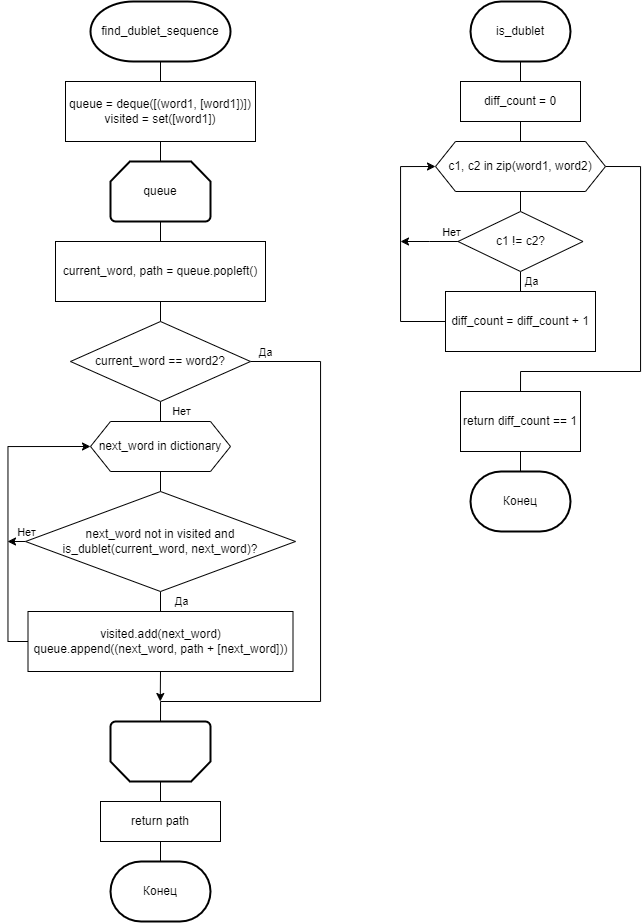
Earlier version of the draw.io export Lab 2/3.1/Дублеты, функции.drawio.png (EdgeFirewalk/Software-Design-and-Testing-Labs). Source tidied: cells renumbered, new cells last; positions are measured from the earlier drawing's top-left corner, leaving out a move shared by most shapes. The source it was exported from:
```xml
<mxGraphModel>
  <root>
    <mxCell id="0" />
    <mxCell id="1" parent="0" />
    <mxCell id="2" style="edgeStyle=orthogonalEdgeStyle;rounded=0;jettySize=auto;html=1;exitX=0.5;exitY=1;exitDx=0;exitDy=0;exitPerimeter=0;entryX=0.5;entryY=0;entryDx=0;entryDy=0;endArrow=none;endFill=0;" parent="1" edge="1" source="3" target="4">
      <mxGeometry relative="1" as="geometry" />
    </mxCell>
    <mxCell id="3" value="find_dublet_sequence" style="strokeWidth=2;html=1;shape=mxgraph.flowchart.terminator;whiteSpace=wrap;" parent="1" vertex="1">
      <mxGeometry x="83" width="140" height="60" as="geometry" />
    </mxCell>
    <mxCell id="4" value="queue = deque([(word1, [word1])])&lt;br&gt;visited = set([word1])" style="rounded=0;whiteSpace=wrap;html=1;" parent="1" vertex="1">
      <mxGeometry x="58" y="80" width="190" height="60" as="geometry" />
    </mxCell>
    <mxCell id="5" style="edgeStyle=orthogonalEdgeStyle;rounded=0;jettySize=auto;html=1;exitX=0.5;exitY=1;exitDx=0;exitDy=0;exitPerimeter=0;entryX=0.5;entryY=0;entryDx=0;entryDy=0;endArrow=none;endFill=0;" parent="1" edge="1" source="6" target="8">
      <mxGeometry relative="1" as="geometry" />
    </mxCell>
    <mxCell id="6" value="queue" style="strokeWidth=2;html=1;shape=mxgraph.flowchart.loop_limit;whiteSpace=wrap;" parent="1" vertex="1">
      <mxGeometry x="103" y="160" width="100" height="60" as="geometry" />
    </mxCell>
    <mxCell id="7" style="edgeStyle=orthogonalEdgeStyle;rounded=0;jettySize=auto;html=1;exitX=0.5;exitY=1;exitDx=0;exitDy=0;entryX=0.5;entryY=0;entryDx=0;entryDy=0;endArrow=none;endFill=0;" parent="1" edge="1" source="8" target="13">
      <mxGeometry relative="1" as="geometry" />
    </mxCell>
    <mxCell id="8" value="current_word, path = queue.popleft()" style="rounded=0;whiteSpace=wrap;html=1;" parent="1" vertex="1">
      <mxGeometry x="48" y="240" width="210" height="60" as="geometry" />
    </mxCell>
    <mxCell id="9" style="edgeStyle=orthogonalEdgeStyle;rounded=0;jettySize=auto;html=1;exitX=0.5;exitY=1;exitDx=0;exitDy=0;entryX=0.5;entryY=0;entryDx=0;entryDy=0;endArrow=none;endFill=0;" parent="1" edge="1" source="13" target="16">
      <mxGeometry relative="1" as="geometry" />
    </mxCell>
    <mxCell id="10" value="Нет" style="edgeLabel;html=1;align=center;verticalAlign=middle;" parent="9" vertex="1">
      <mxGeometry x="-0.08" relative="1" as="geometry">
        <mxPoint x="20" as="offset" />
      </mxGeometry>
    </mxCell>
    <mxCell id="11" style="edgeStyle=orthogonalEdgeStyle;rounded=0;jettySize=auto;html=1;exitX=1;exitY=0.5;exitDx=0;exitDy=0;endArrow=none;endFill=0;" parent="1" edge="1" source="13">
      <mxGeometry relative="1" as="geometry">
        <mxPoint x="153" y="720" as="targetPoint" />
        <Array as="points">
          <mxPoint x="313" y="360" />
          <mxPoint x="313" y="700" />
        </Array>
      </mxGeometry>
    </mxCell>
    <mxCell id="12" value="Да" style="edgeLabel;html=1;align=center;verticalAlign=middle;" parent="11" vertex="1">
      <mxGeometry x="-0.94" y="-1" relative="1" as="geometry">
        <mxPoint x="-3" y="-11" as="offset" />
      </mxGeometry>
    </mxCell>
    <mxCell id="13" value="current_word == word2?" style="rhombus;whiteSpace=wrap;html=1;" parent="1" vertex="1">
      <mxGeometry x="63" y="320" width="180" height="80" as="geometry" />
    </mxCell>
    <mxCell id="14" style="edgeStyle=orthogonalEdgeStyle;rounded=0;jettySize=auto;html=1;exitX=0.5;exitY=1;exitDx=0;exitDy=0;entryX=0.5;entryY=0;entryDx=0;entryDy=0;entryPerimeter=0;endArrow=none;endFill=0;" parent="1" edge="1" source="4" target="6">
      <mxGeometry relative="1" as="geometry" />
    </mxCell>
    <mxCell id="15" style="edgeStyle=orthogonalEdgeStyle;rounded=0;jettySize=auto;html=1;exitX=0.5;exitY=1;exitDx=0;exitDy=0;entryX=0.5;entryY=0;entryDx=0;entryDy=0;endArrow=none;endFill=0;" parent="1" edge="1" source="16" target="21">
      <mxGeometry relative="1" as="geometry" />
    </mxCell>
    <mxCell id="16" value="next_word in dictionary" style="shape=hexagon;perimeter=hexagonPerimeter2;whiteSpace=wrap;html=1;fixedSize=1;" parent="1" vertex="1">
      <mxGeometry x="83" y="420" width="140" height="50" as="geometry" />
    </mxCell>
    <mxCell id="17" style="edgeStyle=orthogonalEdgeStyle;rounded=0;jettySize=auto;html=1;exitX=0.5;exitY=1;exitDx=0;exitDy=0;entryX=0.5;entryY=0;entryDx=0;entryDy=0;endArrow=none;endFill=0;" parent="1" edge="1" source="21" target="24">
      <mxGeometry relative="1" as="geometry" />
    </mxCell>
    <mxCell id="18" value="Да" style="edgeLabel;html=1;align=center;verticalAlign=middle;" parent="17" vertex="1">
      <mxGeometry x="-0.04" y="1" relative="1" as="geometry">
        <mxPoint x="19" as="offset" />
      </mxGeometry>
    </mxCell>
    <mxCell id="19" style="edgeStyle=orthogonalEdgeStyle;rounded=0;jettySize=auto;html=1;exitX=0;exitY=0.5;exitDx=0;exitDy=0;" parent="1" edge="1" source="21">
      <mxGeometry relative="1" as="geometry">
        <mxPoint y="540" as="targetPoint" />
      </mxGeometry>
    </mxCell>
    <mxCell id="20" value="Нет" style="edgeLabel;html=1;align=center;verticalAlign=middle;" parent="19" vertex="1">
      <mxGeometry x="-0.06" y="1" relative="1" as="geometry">
        <mxPoint x="9" y="-11" as="offset" />
      </mxGeometry>
    </mxCell>
    <mxCell id="21" value="next_word not in visited and is_dublet(current_word, next_word)?" style="rhombus;whiteSpace=wrap;html=1;" parent="1" vertex="1">
      <mxGeometry x="18" y="490" width="270" height="100" as="geometry" />
    </mxCell>
    <mxCell id="22" style="edgeStyle=orthogonalEdgeStyle;rounded=0;jettySize=auto;html=1;exitX=0;exitY=0.5;exitDx=0;exitDy=0;entryX=0;entryY=0.5;entryDx=0;entryDy=0;" parent="1" edge="1" source="24" target="16">
      <mxGeometry relative="1" as="geometry" />
    </mxCell>
    <mxCell id="23" style="edgeStyle=orthogonalEdgeStyle;rounded=0;jettySize=auto;html=1;exitX=0.5;exitY=1;exitDx=0;exitDy=0;" parent="1" edge="1" source="24">
      <mxGeometry relative="1" as="geometry">
        <mxPoint x="152.8" y="700" as="targetPoint" />
      </mxGeometry>
    </mxCell>
    <mxCell id="24" value="visited.add(next_word)&lt;br&gt;queue.append((next_word, path + [next_word]))" style="rounded=0;whiteSpace=wrap;html=1;" parent="1" vertex="1">
      <mxGeometry x="20.5" y="610" width="265" height="60" as="geometry" />
    </mxCell>
    <mxCell id="25" style="edgeStyle=orthogonalEdgeStyle;rounded=0;jettySize=auto;html=1;exitX=0.5;exitY=0;exitDx=0;exitDy=0;exitPerimeter=0;entryX=0.5;entryY=0;entryDx=0;entryDy=0;endArrow=none;endFill=0;" parent="1" edge="1" source="26" target="27">
      <mxGeometry relative="1" as="geometry" />
    </mxCell>
    <mxCell id="26" style="strokeWidth=2;html=1;shape=mxgraph.flowchart.loop_limit;whiteSpace=wrap;direction=west;" parent="1" vertex="1">
      <mxGeometry x="103" y="720" width="100" height="60" as="geometry" />
    </mxCell>
    <mxCell id="27" value="return path" style="rounded=0;whiteSpace=wrap;html=1;" parent="1" vertex="1">
      <mxGeometry x="93" y="800" width="120" height="40" as="geometry" />
    </mxCell>
    <mxCell id="28" value="Конец" style="strokeWidth=2;html=1;shape=mxgraph.flowchart.terminator;whiteSpace=wrap;" parent="1" vertex="1">
      <mxGeometry x="103" y="860" width="100" height="60" as="geometry" />
    </mxCell>
    <mxCell id="29" style="edgeStyle=orthogonalEdgeStyle;rounded=0;jettySize=auto;html=1;exitX=0.5;exitY=1;exitDx=0;exitDy=0;entryX=0.5;entryY=0;entryDx=0;entryDy=0;entryPerimeter=0;endArrow=none;endFill=0;" parent="1" edge="1" source="27" target="28">
      <mxGeometry relative="1" as="geometry" />
    </mxCell>
    <mxCell id="30" style="edgeStyle=orthogonalEdgeStyle;rounded=0;jettySize=auto;html=1;exitX=0.5;exitY=1;exitDx=0;exitDy=0;exitPerimeter=0;entryX=0.5;entryY=0;entryDx=0;entryDy=0;endArrow=none;endFill=0;" parent="1" edge="1" source="31" target="33">
      <mxGeometry relative="1" as="geometry" />
    </mxCell>
    <mxCell id="31" value="is_dublet" style="strokeWidth=2;html=1;shape=mxgraph.flowchart.terminator;whiteSpace=wrap;" parent="1" vertex="1">
      <mxGeometry x="463" width="100" height="60" as="geometry" />
    </mxCell>
    <mxCell id="32" style="edgeStyle=orthogonalEdgeStyle;rounded=0;jettySize=auto;html=1;exitX=0.5;exitY=1;exitDx=0;exitDy=0;entryX=0.5;entryY=0;entryDx=0;entryDy=0;endArrow=none;endFill=0;" parent="1" edge="1" source="33" target="36">
      <mxGeometry relative="1" as="geometry" />
    </mxCell>
    <mxCell id="33" value="diff_count = 0" style="rounded=0;whiteSpace=wrap;html=1;" parent="1" vertex="1">
      <mxGeometry x="453" y="80" width="120" height="40" as="geometry" />
    </mxCell>
    <mxCell id="34" style="edgeStyle=orthogonalEdgeStyle;rounded=0;jettySize=auto;html=1;exitX=0.5;exitY=1;exitDx=0;exitDy=0;entryX=0.5;entryY=0;entryDx=0;entryDy=0;endArrow=none;endFill=0;" parent="1" edge="1" source="36" target="41">
      <mxGeometry relative="1" as="geometry" />
    </mxCell>
    <mxCell id="35" style="edgeStyle=orthogonalEdgeStyle;rounded=0;jettySize=auto;html=1;exitX=1;exitY=0.5;exitDx=0;exitDy=0;entryX=0.5;entryY=0;entryDx=0;entryDy=0;endArrow=none;endFill=0;" parent="1" edge="1" source="36" target="45">
      <mxGeometry relative="1" as="geometry">
        <Array as="points">
          <mxPoint x="633" y="165" />
          <mxPoint x="633" y="370" />
          <mxPoint x="513" y="370" />
        </Array>
      </mxGeometry>
    </mxCell>
    <mxCell id="36" value="c1, c2 in zip(word1, word2)" style="shape=hexagon;perimeter=hexagonPerimeter2;whiteSpace=wrap;html=1;fixedSize=1;" parent="1" vertex="1">
      <mxGeometry x="428" y="140" width="170" height="50" as="geometry" />
    </mxCell>
    <mxCell id="37" style="edgeStyle=orthogonalEdgeStyle;rounded=0;jettySize=auto;html=1;exitX=0.5;exitY=1;exitDx=0;exitDy=0;entryX=0.5;entryY=0;entryDx=0;entryDy=0;endArrow=none;endFill=0;" parent="1" edge="1" source="41" target="44">
      <mxGeometry relative="1" as="geometry" />
    </mxCell>
    <mxCell id="38" value="Да" style="edgeLabel;html=1;align=center;verticalAlign=middle;" parent="37" vertex="1">
      <mxGeometry x="-0.04" relative="1" as="geometry">
        <mxPoint x="10" as="offset" />
      </mxGeometry>
    </mxCell>
    <mxCell id="39" style="edgeStyle=orthogonalEdgeStyle;rounded=0;jettySize=auto;html=1;exitX=0;exitY=0.5;exitDx=0;exitDy=0;" parent="1" edge="1" source="41">
      <mxGeometry relative="1" as="geometry">
        <mxPoint x="393" y="240" as="targetPoint" />
      </mxGeometry>
    </mxCell>
    <mxCell id="40" value="Нет" style="edgeLabel;html=1;align=center;verticalAlign=middle;" parent="39" vertex="1">
      <mxGeometry x="-0.74" y="-1" relative="1" as="geometry">
        <mxPoint y="-9" as="offset" />
      </mxGeometry>
    </mxCell>
    <mxCell id="41" value="c1 != c2?" style="rhombus;whiteSpace=wrap;html=1;" parent="1" vertex="1">
      <mxGeometry x="450.5" y="210" width="125" height="60" as="geometry" />
    </mxCell>
    <mxCell id="42" style="edgeStyle=orthogonalEdgeStyle;rounded=0;orthogonalLoop=1;jettySize=auto;html=1;exitX=0.5;exitY=1;exitDx=0;exitDy=0;" parent="1" edge="1" source="41" target="41">
      <mxGeometry relative="1" as="geometry" />
    </mxCell>
    <mxCell id="43" style="edgeStyle=orthogonalEdgeStyle;rounded=0;jettySize=auto;html=1;exitX=0;exitY=0.5;exitDx=0;exitDy=0;entryX=0;entryY=0.5;entryDx=0;entryDy=0;" parent="1" edge="1" source="44" target="36">
      <mxGeometry relative="1" as="geometry">
        <Array as="points">
          <mxPoint x="393" y="320" />
          <mxPoint x="393" y="165" />
        </Array>
      </mxGeometry>
    </mxCell>
    <mxCell id="44" value="diff_count = diff_count + 1" style="rounded=0;whiteSpace=wrap;html=1;" parent="1" vertex="1">
      <mxGeometry x="438" y="290" width="150" height="60" as="geometry" />
    </mxCell>
    <mxCell id="45" value="return diff_count == 1" style="rounded=0;whiteSpace=wrap;html=1;" parent="1" vertex="1">
      <mxGeometry x="453" y="390" width="120" height="60" as="geometry" />
    </mxCell>
    <mxCell id="46" value="Конец" style="strokeWidth=2;html=1;shape=mxgraph.flowchart.terminator;whiteSpace=wrap;" parent="1" vertex="1">
      <mxGeometry x="463" y="470" width="100" height="60" as="geometry" />
    </mxCell>
    <mxCell id="47" style="edgeStyle=orthogonalEdgeStyle;rounded=0;jettySize=auto;html=1;exitX=0.5;exitY=1;exitDx=0;exitDy=0;entryX=0.5;entryY=0;entryDx=0;entryDy=0;entryPerimeter=0;endArrow=none;endFill=0;" parent="1" edge="1" source="45" target="46">
      <mxGeometry relative="1" as="geometry" />
    </mxCell>
  </root>
</mxGraphModel>
```
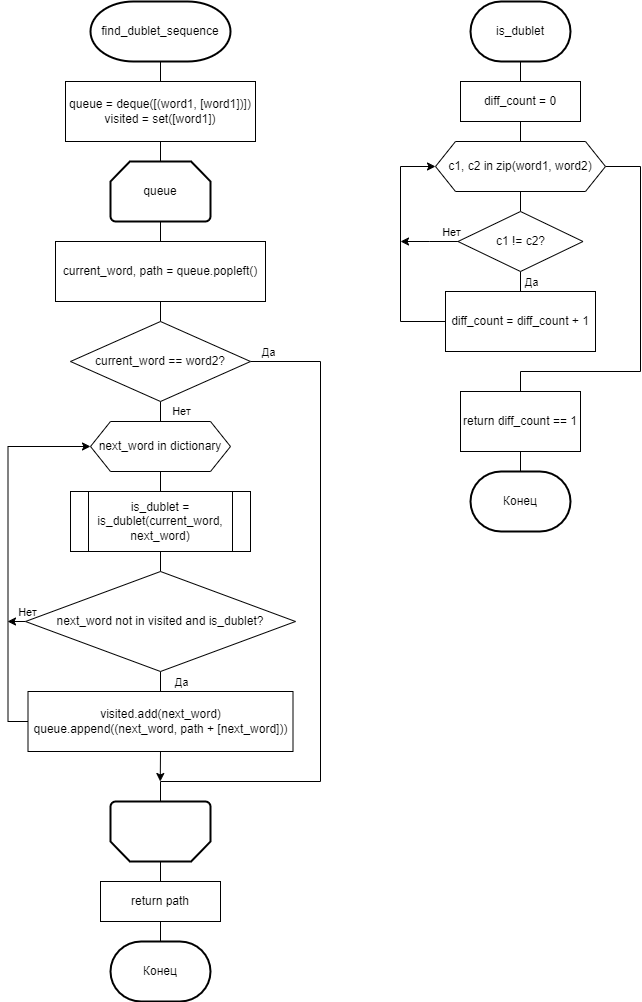
Later version of the same file.

The edit, as a diff of the source:
```diff
@@ -31,12 +31,12 @@
         <mxPoint x="20" as="offset" />
       </mxGeometry>
     </mxCell>
-    <mxCell id="11" style="edgeStyle=orthogonalEdgeStyle;rounded=0;jettySize=auto;html=1;exitX=1;exitY=0.5;exitDx=0;exitDy=0;endArrow=none;endFill=0;" parent="1" edge="1" source="13">
+    <mxCell id="11" style="edgeStyle=orthogonalEdgeStyle;rounded=0;jettySize=auto;html=1;exitX=1;exitY=0.5;exitDx=0;exitDy=0;endArrow=none;endFill=0;entryX=0.5;entryY=1;entryDx=0;entryDy=0;entryPerimeter=0;" parent="1" edge="1" source="13" target="26">
       <mxGeometry relative="1" as="geometry">
-        <mxPoint x="153" y="720" as="targetPoint" />
         <Array as="points">
           <mxPoint x="313" y="360" />
-          <mxPoint x="313" y="700" />
+          <mxPoint x="313" y="780" />
+          <mxPoint x="153" y="780" />
         </Array>
       </mxGeometry>
     </mxCell>
@@ -51,7 +51,7 @@
     <mxCell id="14" style="edgeStyle=orthogonalEdgeStyle;rounded=0;jettySize=auto;html=1;exitX=0.5;exitY=1;exitDx=0;exitDy=0;entryX=0.5;entryY=0;entryDx=0;entryDy=0;entryPerimeter=0;endArrow=none;endFill=0;" parent="1" edge="1" source="4" target="6">
       <mxGeometry relative="1" as="geometry" />
     </mxCell>
-    <mxCell id="15" style="edgeStyle=orthogonalEdgeStyle;rounded=0;jettySize=auto;html=1;exitX=0.5;exitY=1;exitDx=0;exitDy=0;entryX=0.5;entryY=0;entryDx=0;entryDy=0;endArrow=none;endFill=0;" parent="1" edge="1" source="16" target="21">
+    <mxCell id="15" style="edgeStyle=orthogonalEdgeStyle;rounded=0;jettySize=auto;html=1;exitX=0.5;exitY=1;exitDx=0;exitDy=0;entryX=0.5;entryY=0;entryDx=0;entryDy=0;endArrow=none;endFill=0;" parent="1" edge="1" source="49" target="21">
       <mxGeometry relative="1" as="geometry" />
     </mxCell>
     <mxCell id="16" value="next_word in dictionary" style="shape=hexagon;perimeter=hexagonPerimeter2;whiteSpace=wrap;html=1;fixedSize=1;" parent="1" vertex="1">
@@ -67,7 +67,7 @@
     </mxCell>
     <mxCell id="19" style="edgeStyle=orthogonalEdgeStyle;rounded=0;jettySize=auto;html=1;exitX=0;exitY=0.5;exitDx=0;exitDy=0;" parent="1" edge="1" source="21">
       <mxGeometry relative="1" as="geometry">
-        <mxPoint y="540" as="targetPoint" />
+        <mxPoint y="620" as="targetPoint" />
       </mxGeometry>
     </mxCell>
     <mxCell id="20" value="Нет" style="edgeLabel;html=1;align=center;verticalAlign=middle;" parent="19" vertex="1">
@@ -75,31 +75,31 @@
         <mxPoint x="9" y="-11" as="offset" />
       </mxGeometry>
     </mxCell>
-    <mxCell id="21" value="next_word not in visited and is_dublet(current_word, next_word)?" style="rhombus;whiteSpace=wrap;html=1;" parent="1" vertex="1">
-      <mxGeometry x="18" y="490" width="270" height="100" as="geometry" />
+    <mxCell id="21" value="next_word not in visited and is_dublet?" style="rhombus;whiteSpace=wrap;html=1;" parent="1" vertex="1">
+      <mxGeometry x="18" y="570" width="270" height="100" as="geometry" />
     </mxCell>
     <mxCell id="22" style="edgeStyle=orthogonalEdgeStyle;rounded=0;jettySize=auto;html=1;exitX=0;exitY=0.5;exitDx=0;exitDy=0;entryX=0;entryY=0.5;entryDx=0;entryDy=0;" parent="1" edge="1" source="24" target="16">
       <mxGeometry relative="1" as="geometry" />
     </mxCell>
     <mxCell id="23" style="edgeStyle=orthogonalEdgeStyle;rounded=0;jettySize=auto;html=1;exitX=0.5;exitY=1;exitDx=0;exitDy=0;" parent="1" edge="1" source="24">
       <mxGeometry relative="1" as="geometry">
-        <mxPoint x="152.8" y="700" as="targetPoint" />
+        <mxPoint x="152.8" y="780" as="targetPoint" />
       </mxGeometry>
     </mxCell>
     <mxCell id="24" value="visited.add(next_word)&lt;br&gt;queue.append((next_word, path + [next_word]))" style="rounded=0;whiteSpace=wrap;html=1;" parent="1" vertex="1">
-      <mxGeometry x="20.5" y="610" width="265" height="60" as="geometry" />
+      <mxGeometry x="20.5" y="690" width="265" height="60" as="geometry" />
     </mxCell>
     <mxCell id="25" style="edgeStyle=orthogonalEdgeStyle;rounded=0;jettySize=auto;html=1;exitX=0.5;exitY=0;exitDx=0;exitDy=0;exitPerimeter=0;entryX=0.5;entryY=0;entryDx=0;entryDy=0;endArrow=none;endFill=0;" parent="1" edge="1" source="26" target="27">
       <mxGeometry relative="1" as="geometry" />
     </mxCell>
     <mxCell id="26" style="strokeWidth=2;html=1;shape=mxgraph.flowchart.loop_limit;whiteSpace=wrap;direction=west;" parent="1" vertex="1">
-      <mxGeometry x="103" y="720" width="100" height="60" as="geometry" />
+      <mxGeometry x="103" y="800" width="100" height="60" as="geometry" />
     </mxCell>
     <mxCell id="27" value="return path" style="rounded=0;whiteSpace=wrap;html=1;" parent="1" vertex="1">
-      <mxGeometry x="93" y="800" width="120" height="40" as="geometry" />
+      <mxGeometry x="93" y="880" width="120" height="40" as="geometry" />
     </mxCell>
     <mxCell id="28" value="Конец" style="strokeWidth=2;html=1;shape=mxgraph.flowchart.terminator;whiteSpace=wrap;" parent="1" vertex="1">
-      <mxGeometry x="103" y="860" width="100" height="60" as="geometry" />
+      <mxGeometry x="103" y="940" width="100" height="60" as="geometry" />
     </mxCell>
     <mxCell id="29" style="edgeStyle=orthogonalEdgeStyle;rounded=0;jettySize=auto;html=1;exitX=0.5;exitY=1;exitDx=0;exitDy=0;entryX=0.5;entryY=0;entryDx=0;entryDy=0;entryPerimeter=0;endArrow=none;endFill=0;" parent="1" edge="1" source="27" target="28">
       <mxGeometry relative="1" as="geometry" />
@@ -175,5 +175,11 @@
     <mxCell id="47" style="edgeStyle=orthogonalEdgeStyle;rounded=0;jettySize=auto;html=1;exitX=0.5;exitY=1;exitDx=0;exitDy=0;entryX=0.5;entryY=0;entryDx=0;entryDy=0;entryPerimeter=0;endArrow=none;endFill=0;" parent="1" edge="1" source="45" target="46">
       <mxGeometry relative="1" as="geometry" />
     </mxCell>
+    <mxCell id="48" style="edgeStyle=orthogonalEdgeStyle;rounded=0;jettySize=auto;html=1;exitX=0.5;exitY=1;exitDx=0;exitDy=0;entryX=0.5;entryY=0;entryDx=0;entryDy=0;endArrow=none;endFill=0;" parent="1" edge="1" source="16" target="49">
+      <mxGeometry relative="1" as="geometry" />
+    </mxCell>
+    <mxCell id="49" value="is_dublet = is_dublet(current_word, next_word)" style="shape=process;whiteSpace=wrap;html=1;backgroundOutline=1;" parent="1" vertex="1">
+      <mxGeometry x="63" y="490" width="180" height="60" as="geometry" />
+    </mxCell>
   </root>
 </mxGraphModel>
```
